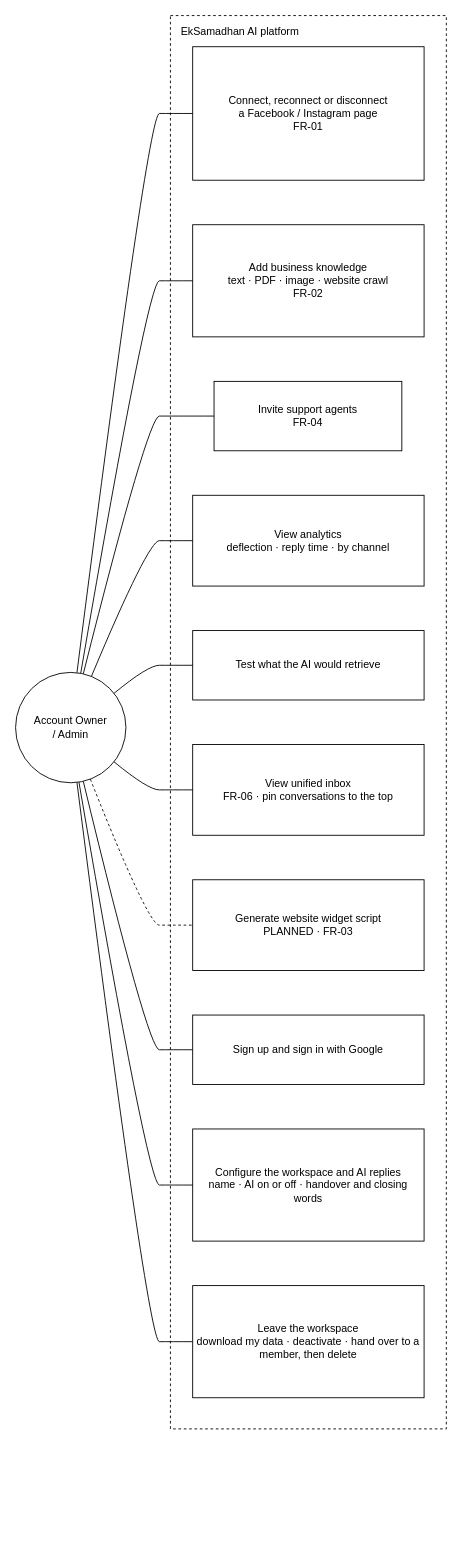
Earlier version of the draw.io diagram docs/system-design/draw.io/use-case/use-case-account-owner.drawio (SayubShakya/eksamadhan-ai). Source tidied: cells renumbered, new cells numbered last; positions are measured from the earlier drawing's top-left corner, leaving out a move shared by most shapes. Both pictures are drawn from the tidied source at 89%, with x=0, y=0 at pixel (15, 15).
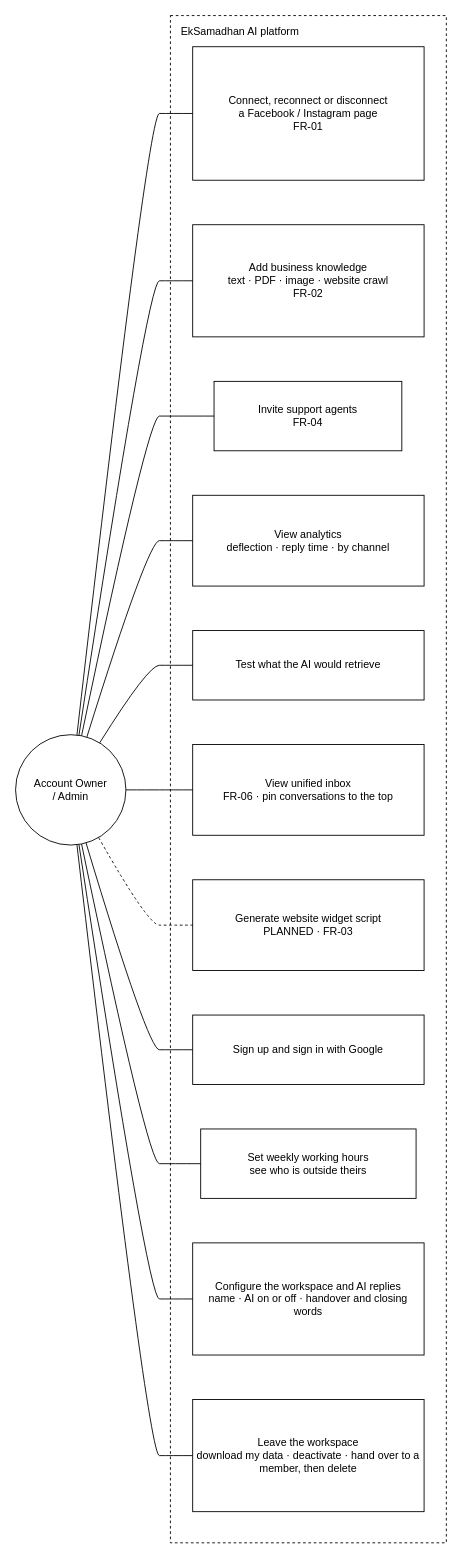
The same diagram, later.

The change refers to these unchanged cells:
```xml
<mxCell id="5" value="Add business knowledge&lt;br/&gt;text · PDF · image · website crawl&lt;br/&gt;FR-02" style="rounded=0;whiteSpace=wrap;html=1;" parent="2" vertex="1">
  <mxGeometry x="25" y="235" width="260" height="126" as="geometry" />
</mxCell>
<mxCell id="6" value="Invite support agents&lt;br/&gt;FR-04" style="rounded=0;whiteSpace=wrap;html=1;" parent="2" vertex="1">
  <mxGeometry x="49" y="411" width="211" height="78" as="geometry" />
</mxCell>
<mxCell id="7" value="View analytics&lt;br/&gt;deflection · reply time · by channel" style="rounded=0;whiteSpace=wrap;html=1;" parent="2" vertex="1">
  <mxGeometry x="25" y="539" width="260" height="102" as="geometry" />
</mxCell>
<mxCell id="8" value="Test what the AI would retrieve" style="rounded=0;whiteSpace=wrap;html=1;" parent="2" vertex="1">
  <mxGeometry x="25" y="691" width="260" height="78" as="geometry" />
</mxCell>
<mxCell id="9" value="View unified inbox&lt;br/&gt;FR-06 · pin conversations to the top" style="rounded=0;whiteSpace=wrap;html=1;" parent="2" vertex="1">
  <mxGeometry x="25" y="819" width="260" height="102" as="geometry" />
</mxCell>
<mxCell id="10" value="Generate website widget script&lt;br/&gt;PLANNED · FR-03" style="rounded=0;whiteSpace=wrap;html=1;" parent="2" vertex="1">
  <mxGeometry x="25" y="971" width="260" height="102" as="geometry" />
</mxCell>
<mxCell id="11" value="Sign up and sign in with Google" style="rounded=0;whiteSpace=wrap;html=1;" parent="2" vertex="1">
  <mxGeometry x="25" y="1123" width="260" height="78" as="geometry" />
</mxCell>
```

What changed in the source:
```diff
@@
     <mxCell id="2" value="EkSamadhan AI platform" style="rounded=0;whiteSpace=wrap;html=1;dashed=1;fillColor=none;verticalAlign=top;align=left;spacingLeft=10;spacingTop=4;" parent="1" vertex="1">
-      <mxGeometry x="174" width="310" height="1588" as="geometry" />
+      <mxGeometry x="174" width="310" height="1716" as="geometry" />
     </mxCell>
     <mxCell id="3" value="Account Owner&lt;br/&gt;/ Admin" style="ellipse;whiteSpace=wrap;html=1;" parent="1" vertex="1">
-      <mxGeometry y="738" width="124" height="124" as="geometry" />
+      <mxGeometry y="808" width="124" height="124" as="geometry" />
     </mxCell>
@@
+    <mxCell id="24" value="Set weekly working hours&lt;br/&gt;see who is outside theirs" style="rounded=0;whiteSpace=wrap;html=1;" parent="2" vertex="1">
+      <mxGeometry x="34" y="1251" width="242" height="78" as="geometry" />
+    </mxCell>
     <mxCell id="12" value="Configure the workspace and AI replies&lt;br/&gt;name · AI on or off · handover and closing words" style="rounded=0;whiteSpace=wrap;html=1;" parent="2" vertex="1">
-      <mxGeometry x="25" y="1251" width="260" height="126" as="geometry" />
+      <mxGeometry x="25" y="1379" width="260" height="126" as="geometry" />
     </mxCell>
     <mxCell id="13" value="Leave the workspace&lt;br/&gt;download my data · deactivate · hand over to a member, then delete" style="rounded=0;whiteSpace=wrap;html=1;" parent="2" vertex="1">
-      <mxGeometry x="25" y="1427" width="260" height="126" as="geometry" />
+      <mxGeometry x="25" y="1555" width="260" height="126" as="geometry" />
     </mxCell>
@@
-    <mxCell id="15" style="edgeStyle=none;curved=1;html=1;endArrow=none;exitX=0.59;exitY=0.01;exitDx=0;exitDy=0;entryX=0.00;entryY=0.50;entryDx=0;entryDy=0;" parent="1" edge="1" source="3" target="5">
+    <mxCell id="15" style="edgeStyle=none;curved=1;html=1;endArrow=none;exitX=0.58;exitY=0.01;exitDx=0;exitDy=0;entryX=0.00;entryY=0.50;entryDx=0;entryDy=0;" parent="1" edge="1" source="3" target="5">
       <mxGeometry relative="1" as="geometry">
         <Array as="points">
           <mxPoint x="149" y="298" />
           <mxPoint x="174" y="298" />
         </Array>
       </mxGeometry>
     </mxCell>
-    <mxCell id="16" style="edgeStyle=none;curved=1;html=1;endArrow=none;exitX=0.62;exitY=0.01;exitDx=0;exitDy=0;entryX=0.00;entryY=0.50;entryDx=0;entryDy=0;" parent="1" edge="1" source="3" target="6">
+    <mxCell id="16" style="edgeStyle=none;curved=1;html=1;endArrow=none;exitX=0.60;exitY=0.01;exitDx=0;exitDy=0;entryX=0.00;entryY=0.50;entryDx=0;entryDy=0;" parent="1" edge="1" source="3" target="6">
       <mxGeometry relative="1" as="geometry">
         <Array as="points">
           <mxPoint x="149" y="450" />
           <mxPoint x="174" y="450" />
         </Array>
       </mxGeometry>
     </mxCell>
-    <mxCell id="17" style="edgeStyle=none;curved=1;html=1;endArrow=none;exitX=0.69;exitY=0.04;exitDx=0;exitDy=0;entryX=0.00;entryY=0.50;entryDx=0;entryDy=0;" parent="1" edge="1" source="3" target="7">
+    <mxCell id="17" style="edgeStyle=none;curved=1;html=1;endArrow=none;exitX=0.65;exitY=0.02;exitDx=0;exitDy=0;entryX=0.00;entryY=0.50;entryDx=0;entryDy=0;" parent="1" edge="1" source="3" target="7">
       <mxGeometry relative="1" as="geometry">
         <Array as="points">
           <mxPoint x="149" y="590" />
           <mxPoint x="174" y="590" />
         </Array>
       </mxGeometry>
     </mxCell>
-    <mxCell id="18" style="edgeStyle=none;curved=1;html=1;endArrow=none;exitX=0.89;exitY=0.19;exitDx=0;exitDy=0;entryX=0.00;entryY=0.50;entryDx=0;entryDy=0;" parent="1" edge="1" source="3" target="8">
+    <mxCell id="18" style="edgeStyle=none;curved=1;html=1;endArrow=none;exitX=0.76;exitY=0.08;exitDx=0;exitDy=0;entryX=0.00;entryY=0.50;entryDx=0;entryDy=0;" parent="1" edge="1" source="3" target="8">
       <mxGeometry relative="1" as="geometry">
         <Array as="points">
           <mxPoint x="149" y="730" />
           <mxPoint x="174" y="730" />
         </Array>
       </mxGeometry>
     </mxCell>
-    <mxCell id="19" style="edgeStyle=none;curved=1;html=1;endArrow=none;exitX=0.89;exitY=0.81;exitDx=0;exitDy=0;entryX=0.00;entryY=0.50;entryDx=0;entryDy=0;" parent="1" edge="1" source="3" target="9">
+    <mxCell id="19" style="edgeStyle=none;curved=1;html=1;endArrow=none;exitX=1.00;exitY=0.50;exitDx=0;exitDy=0;entryX=0.00;entryY=0.50;entryDx=0;entryDy=0;" parent="1" edge="1" source="3" target="9">
       <mxGeometry relative="1" as="geometry">
         <Array as="points">
           <mxPoint x="149" y="870" />
           <mxPoint x="174" y="870" />
         </Array>
       </mxGeometry>
     </mxCell>
-    <mxCell id="20" style="edgeStyle=none;curved=1;html=1;endArrow=none;exitX=0.62;exitY=0.99;exitDx=0;exitDy=0;entryX=0.00;entryY=0.50;entryDx=0;entryDy=0;" parent="1" edge="1" source="3" target="11">
+    <mxCell id="20" style="edgeStyle=none;curved=1;html=1;endArrow=none;exitX=0.64;exitY=0.98;exitDx=0;exitDy=0;entryX=0.00;entryY=0.50;entryDx=0;entryDy=0;" parent="1" edge="1" source="3" target="11">
       <mxGeometry relative="1" as="geometry">
         <Array as="points">
           <mxPoint x="149" y="1162" />
           <mxPoint x="174" y="1162" />
         </Array>
       </mxGeometry>
     </mxCell>
     <mxCell id="21" style="edgeStyle=none;curved=1;html=1;endArrow=none;exitX=0.58;exitY=0.99;exitDx=0;exitDy=0;entryX=0.00;entryY=0.50;entryDx=0;entryDy=0;" parent="1" edge="1" source="3" target="12">
       <mxGeometry relative="1" as="geometry">
         <Array as="points">
-          <mxPoint x="149" y="1314" />
-          <mxPoint x="174" y="1314" />
+          <mxPoint x="149" y="1442" />
+          <mxPoint x="174" y="1442" />
         </Array>
       </mxGeometry>
     </mxCell>
-    <mxCell id="22" style="edgeStyle=none;curved=1;html=1;endArrow=none;exitX=0.56;exitY=1.00;exitDx=0;exitDy=0;entryX=0.00;entryY=0.50;entryDx=0;entryDy=0;" parent="1" edge="1" source="3" target="13">
+    <mxCell id="22" style="edgeStyle=none;curved=1;html=1;endArrow=none;exitX=0.60;exitY=0.99;exitDx=0;exitDy=0;entryX=0.00;entryY=0.50;entryDx=0;entryDy=0;" parent="1" edge="1" source="3" target="24">
       <mxGeometry relative="1" as="geometry">
         <Array as="points">
-          <mxPoint x="149" y="1490" />
-          <mxPoint x="174" y="1490" />
+          <mxPoint x="149" y="1290" />
+          <mxPoint x="174" y="1290" />
         </Array>
       </mxGeometry>
     </mxCell>
-    <mxCell id="23" style="edgeStyle=none;curved=1;html=1;dashed=1;endArrow=none;exitX=0.68;exitY=0.97;exitDx=0;exitDy=0;entryX=0.00;entryY=0.50;entryDx=0;entryDy=0;" parent="1" edge="1" source="3" target="10">
+    <mxCell id="23" style="edgeStyle=none;curved=1;html=1;endArrow=none;exitX=0.56;exitY=1.00;exitDx=0;exitDy=0;entryX=0.00;entryY=0.50;entryDx=0;entryDy=0;" parent="1" edge="1" source="3" target="13">
       <mxGeometry relative="1" as="geometry">
         <Array as="points">
-          <mxPoint x="149" y="1022" />
-          <mxPoint x="174" y="1022" />
+          <mxPoint x="149" y="1618" />
+          <mxPoint x="174" y="1618" />
         </Array>
       </mxGeometry>
     </mxCell>
+    <mxCell id="25" style="edgeStyle=none;curved=1;html=1;dashed=1;endArrow=none;exitX=0.75;exitY=0.93;exitDx=0;exitDy=0;entryX=0.00;entryY=0.50;entryDx=0;entryDy=0;" parent="1" edge="1" source="3" target="10">
+      <mxGeometry relative="1" as="geometry">
+        <Array as="points">
+          <mxPoint x="149" y="1022" />
+          <mxPoint x="174" y="1022" />
+        </Array>
+      </mxGeometry>
+    </mxCell>
```
